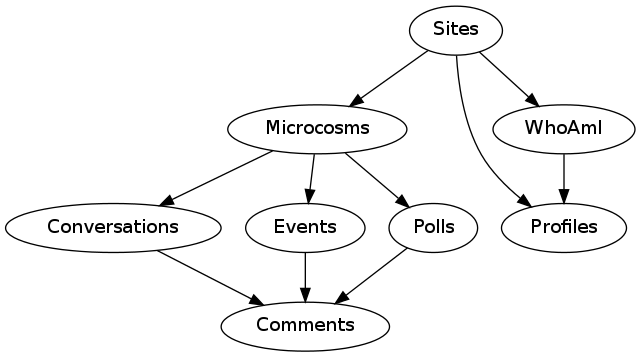
Above: img/flow.png in microcosm-collective/microcosm-docs (Graphviz), before the change. Its source is kept beside it as flow.dot.
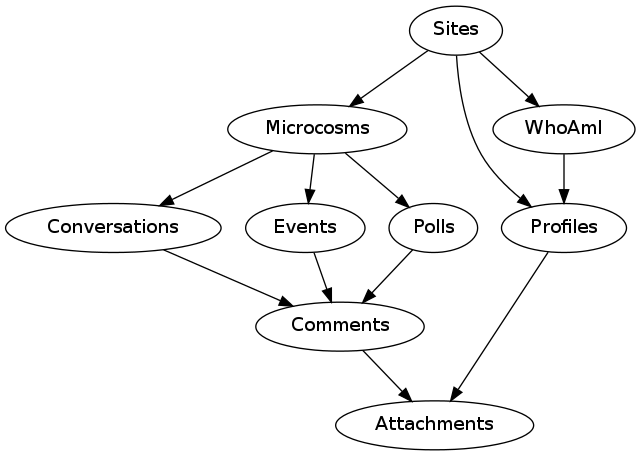
Later version of the same file.

Commit message:
Add attachments to the entity relationship diagram

What changed in the source:
```diff
@@ -5,8 +5,8 @@
 	Microcosms -> Conversations;
 	Microcosms -> Events;
 	Microcosms -> Polls;
-	Conversations -> Comments;
+	Conversations -> Comments -> Attachments;
 	Events -> Comments;
 	Polls -> Comments;
-	WhoAmI -> Profiles;
+	WhoAmI -> Profiles -> Attachments;
 }
```
